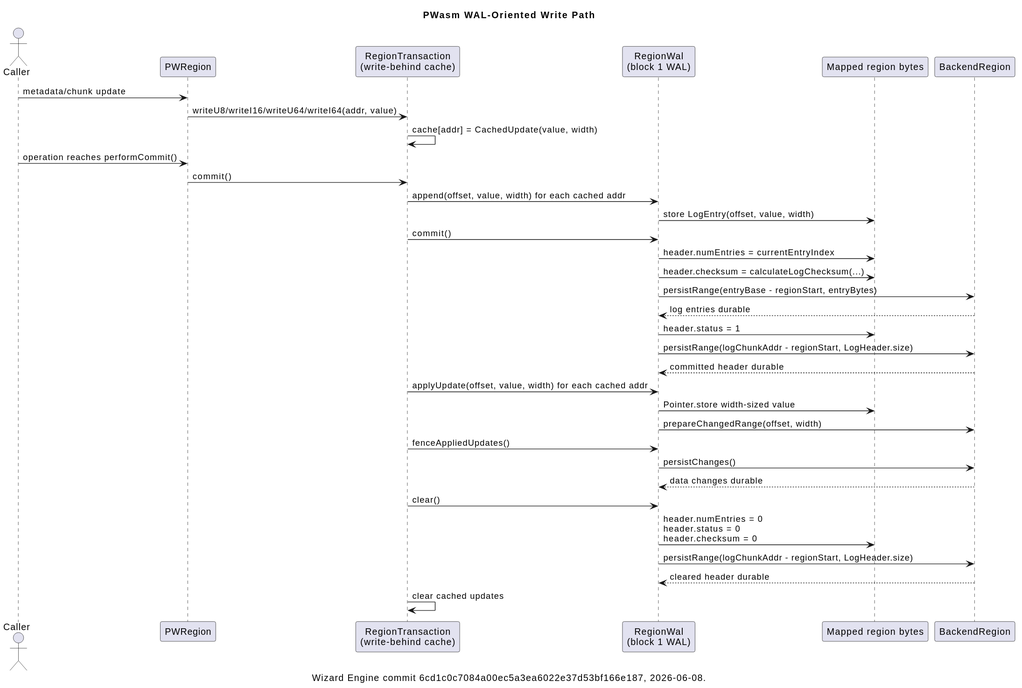
Before: rendered/wal-write-path.svg, a diagram exported from PlantUML (SaltedTan/pwasm-persistence-notes).
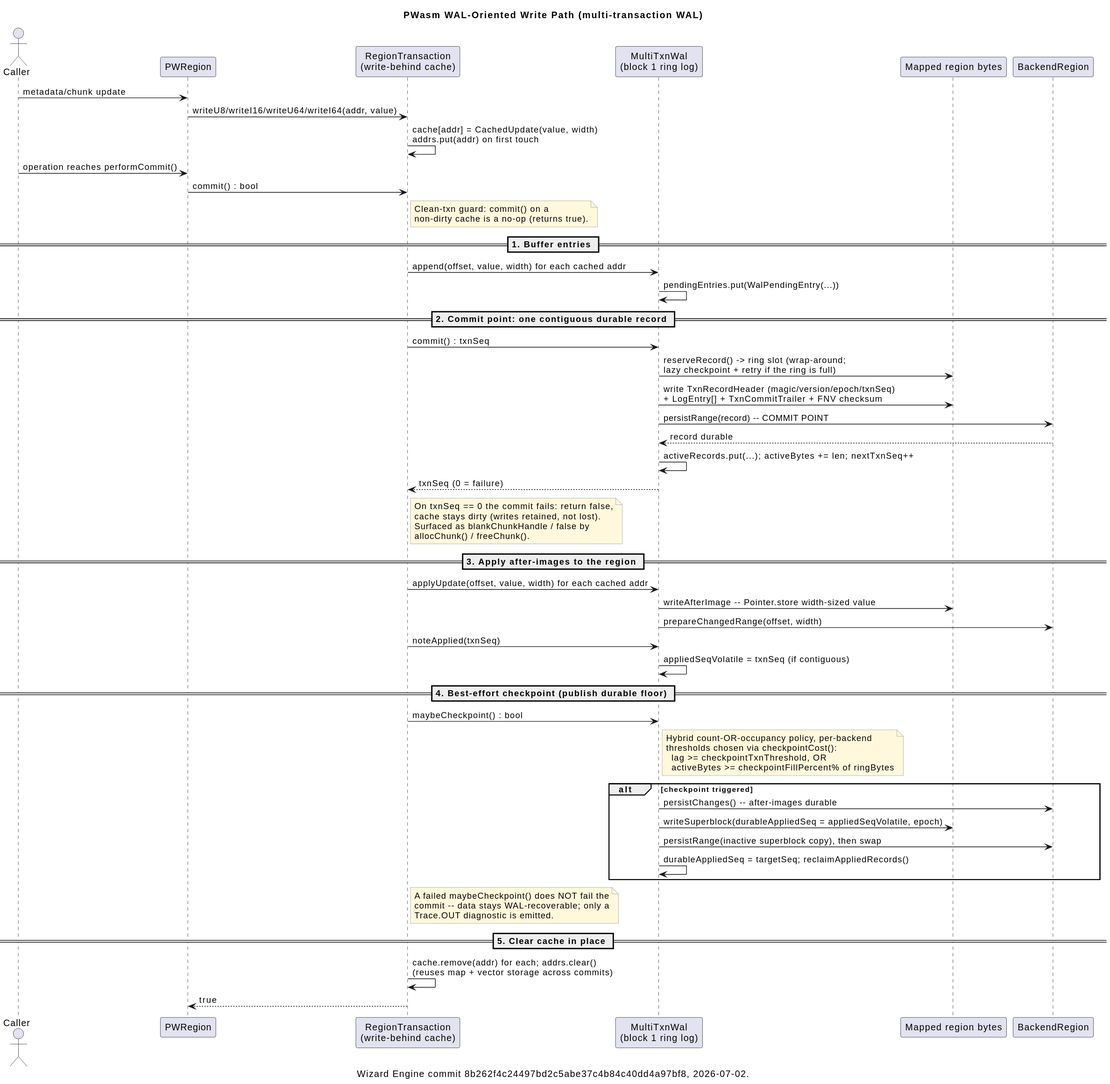
Above is the later version.

Commit message:
Update diagrams to multi-transaction WAL; add recovery + capability diagrams

Change to the diagram source:
```diff
@@ -1,47 +1,74 @@
 @startuml
 !include style.puml
 
-title PWasm WAL-Oriented Write Path
-caption Wizard Engine commit 6cd1c0c7084a00ec5a3ea6022e37d53bf166e187, 2026-06-08.
+title PWasm WAL-Oriented Write Path (multi-transaction WAL)
+caption Wizard Engine commit 8b262f4c24497bd2c5abe37c4b84c40dd4a97bf8, 2026-07-02.
 
 actor Caller
 participant "PWRegion" as PW
 participant "RegionTransaction\n(write-behind cache)" as Txn
-participant "RegionWal\n(block 1 WAL)" as WAL
+participant "MultiTxnWal\n(block 1 ring log)" as WAL
 participant "Mapped region bytes" as Bytes
 participant "BackendRegion" as BackendRegion
 
 Caller -> PW : metadata/chunk update
 PW -> Txn : writeU8/writeI16/writeU64/writeI64(addr, value)
-Txn -> Txn : cache[addr] = CachedUpdate(value, width)
+Txn -> Txn : cache[addr] = CachedUpdate(value, width)\naddrs.put(addr) on first touch
 
 Caller -> PW : operation reaches performCommit()
-PW -> Txn : commit()
+PW -> Txn : commit() : bool
+note right of Txn
+Clean-txn guard: commit() on a
+non-dirty cache is a no-op (returns true).
+end note
 
+== 1. Buffer entries ==
 Txn -> WAL : append(offset, value, width) for each cached addr
-WAL -> Bytes : store LogEntry(offset, value, width)
+WAL -> WAL : pendingEntries.put(WalPendingEntry(...))
 
-Txn -> WAL : commit()
-WAL -> Bytes : header.numEntries = currentEntryIndex
-WAL -> Bytes : header.checksum = calculateLogChecksum(...)
-WAL -> BackendRegion : persistRange(entryBase - regionStart, entryBytes)
-BackendRegion --> WAL : log entries durable
-WAL -> Bytes : header.status = 1
-WAL -> BackendRegion : persistRange(logChunkAddr - regionStart, LogHeader.size)
-BackendRegion --> WAL : committed header durable
+== 2. Commit point: one contiguous durable record ==
+Txn -> WAL : commit() : txnSeq
+WAL -> Bytes : reserveRecord() -> ring slot (wrap-around;\nlazy checkpoint + retry if the ring is full)
+WAL -> Bytes : write TxnRecordHeader (magic/version/epoch/txnSeq)\n+ LogEntry[] + TxnCommitTrailer + FNV checksum
+WAL -> BackendRegion : persistRange(record) -- COMMIT POINT
+BackendRegion --> WAL : record durable
+WAL -> WAL : activeRecords.put(...); activeBytes += len; nextTxnSeq++
+WAL --> Txn : txnSeq (0 = failure)
+note right of Txn
+On txnSeq == 0 the commit fails: return false,
+cache stays dirty (writes retained, not lost).
+Surfaced as blankChunkHandle / false by
+allocChunk() / freeChunk().
+end note
 
+== 3. Apply after-images to the region ==
 Txn -> WAL : applyUpdate(offset, value, width) for each cached addr
-WAL -> Bytes : Pointer.store width-sized value
+WAL -> Bytes : writeAfterImage -- Pointer.store width-sized value
 WAL -> BackendRegion : prepareChangedRange(offset, width)
+Txn -> WAL : noteApplied(txnSeq)
+WAL -> WAL : appliedSeqVolatile = txnSeq (if contiguous)
 
-Txn -> WAL : fenceAppliedUpdates()
-WAL -> BackendRegion : persistChanges()
-BackendRegion --> WAL : data changes durable
+== 4. Best-effort checkpoint (publish durable floor) ==
+Txn -> WAL : maybeCheckpoint() : bool
+note right of WAL
+Hybrid count-OR-occupancy policy, per-backend
+thresholds chosen via checkpointCost():
+  lag >= checkpointTxnThreshold, OR
+  activeBytes >= checkpointFillPercent% of ringBytes
+end note
+alt checkpoint triggered
+  WAL -> BackendRegion : persistChanges() -- after-images durable
+  WAL -> Bytes : writeSuperblock(durableAppliedSeq = appliedSeqVolatile, epoch)
+  WAL -> BackendRegion : persistRange(inactive superblock copy), then swap
+  WAL -> WAL : durableAppliedSeq = targetSeq; reclaimAppliedRecords()
+end
+note right of Txn
+A failed maybeCheckpoint() does NOT fail the
+commit -- data stays WAL-recoverable; only a
+Trace.OUT diagnostic is emitted.
+end note
 
-Txn -> WAL : clear()
-WAL -> Bytes : header.numEntries = 0\nheader.status = 0\nheader.checksum = 0
-WAL -> BackendRegion : persistRange(logChunkAddr - regionStart, LogHeader.size)
-BackendRegion --> WAL : cleared header durable
-
-Txn -> Txn : clear cached updates
+== 5. Clear cache in place ==
+Txn -> Txn : cache.remove(addr) for each; addrs.clear()\n(reuses map + vector storage across commits)
+Txn --> PW : true
 @enduml
```
